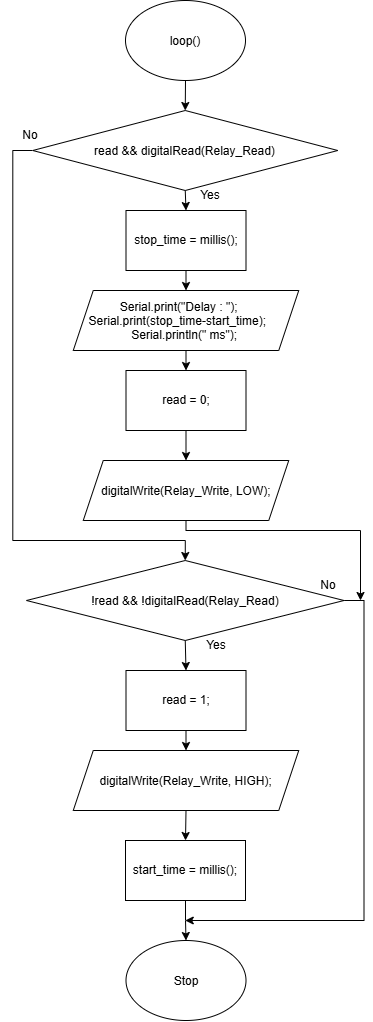
The draw.io diagram docs/Flowchart/6. Relay Delay-Loop.drawio.png in AqeelGhani/Modul1PraktikumSistemMikroprosesor, before a commit. Source tidied: cells renumbered, new cells last; positions are measured from the earlier drawing's top-left corner, leaving out a move shared by most shapes. Source of this version:
```xml
<mxGraphModel>
  <root>
    <mxCell id="0" />
    <mxCell id="1" parent="0" />
    <mxCell id="2" style="edgeStyle=orthogonalEdgeStyle;rounded=0;jettySize=auto;html=1;exitX=0.5;exitY=1;exitDx=0;exitDy=0;entryX=0.5;entryY=0;entryDx=0;entryDy=0;" parent="1" edge="1" source="3" target="6">
      <mxGeometry relative="1" as="geometry" />
    </mxCell>
    <mxCell id="3" value="loop()" style="ellipse;whiteSpace=wrap;html=1;shapeInside=1;" parent="1" vertex="1">
      <mxGeometry x="125" width="120" height="80" as="geometry" />
    </mxCell>
    <mxCell id="4" style="edgeStyle=orthogonalEdgeStyle;rounded=0;jettySize=auto;html=1;exitX=0.5;exitY=1;exitDx=0;exitDy=0;entryX=0.5;entryY=0;entryDx=0;entryDy=0;" parent="1" edge="1" source="6" target="8">
      <mxGeometry relative="1" as="geometry" />
    </mxCell>
    <mxCell id="5" style="edgeStyle=orthogonalEdgeStyle;rounded=0;jettySize=auto;html=1;exitX=0;exitY=0.5;exitDx=0;exitDy=0;entryX=0.5;entryY=0;entryDx=0;entryDy=0;" parent="1" edge="1" source="6" target="17">
      <mxGeometry relative="1" as="geometry">
        <Array as="points">
          <mxPoint x="12.3" y="150" />
          <mxPoint x="12.3" y="540" />
          <mxPoint x="184.8" y="540" />
        </Array>
      </mxGeometry>
    </mxCell>
    <mxCell id="6" value="read &amp;amp;&amp;amp; digitalRead(Relay_Read)" style="rhombus;whiteSpace=wrap;html=1;shapeInside=1;" parent="1" vertex="1">
      <mxGeometry x="32.2" y="110" width="305" height="80" as="geometry" />
    </mxCell>
    <mxCell id="7" style="edgeStyle=orthogonalEdgeStyle;rounded=0;jettySize=auto;html=1;exitX=0.5;exitY=1;exitDx=0;exitDy=0;entryX=0.5;entryY=0;entryDx=0;entryDy=0;" parent="1" edge="1" source="8" target="10">
      <mxGeometry relative="1" as="geometry" />
    </mxCell>
    <mxCell id="8" value="stop_time = millis();" style="rounded=0;whiteSpace=wrap;html=1;" parent="1" vertex="1">
      <mxGeometry x="125.5" y="210" width="120" height="60" as="geometry" />
    </mxCell>
    <mxCell id="9" style="edgeStyle=orthogonalEdgeStyle;rounded=0;jettySize=auto;html=1;exitX=0.5;exitY=1;exitDx=0;exitDy=0;entryX=0.5;entryY=0;entryDx=0;entryDy=0;" parent="1" edge="1" source="10" target="12">
      <mxGeometry relative="1" as="geometry" />
    </mxCell>
    <mxCell id="10" value="Serial.print(&quot;Delay : &quot;);&amp;nbsp; &amp;nbsp; &amp;nbsp; &amp;nbsp; Serial.print(stop_time-start_time);&amp;nbsp; &amp;nbsp; &amp;nbsp; &amp;nbsp; Serial.println(&quot; ms&quot;);" style="shape=parallelogram;perimeter=parallelogramPerimeter;whiteSpace=wrap;html=1;shapeInside=1;fixedSize=1;" parent="1" vertex="1">
      <mxGeometry x="72.8" y="290" width="225.5" height="60" as="geometry" />
    </mxCell>
    <mxCell id="11" style="edgeStyle=orthogonalEdgeStyle;rounded=0;jettySize=auto;html=1;exitX=0.5;exitY=1;exitDx=0;exitDy=0;entryX=0.5;entryY=0;entryDx=0;entryDy=0;" parent="1" edge="1" source="12" target="14">
      <mxGeometry relative="1" as="geometry" />
    </mxCell>
    <mxCell id="12" value="read = 0;" style="rounded=0;whiteSpace=wrap;html=1;" parent="1" vertex="1">
      <mxGeometry x="125.5" y="370" width="120" height="60" as="geometry" />
    </mxCell>
    <mxCell id="13" style="edgeStyle=orthogonalEdgeStyle;rounded=0;jettySize=auto;html=1;exitX=0.5;exitY=1;exitDx=0;exitDy=0;" parent="1" edge="1" source="14">
      <mxGeometry relative="1" as="geometry">
        <mxPoint x="360" y="600" as="targetPoint" />
        <Array as="points">
          <mxPoint x="185.5" y="530" />
          <mxPoint x="360" y="530" />
        </Array>
      </mxGeometry>
    </mxCell>
    <mxCell id="14" value="digitalWrite(Relay_Write, LOW);" style="shape=parallelogram;perimeter=parallelogramPerimeter;whiteSpace=wrap;html=1;shapeInside=1;fixedSize=1;" parent="1" vertex="1">
      <mxGeometry x="82.8" y="460" width="205.5" height="60" as="geometry" />
    </mxCell>
    <mxCell id="15" style="edgeStyle=orthogonalEdgeStyle;rounded=0;jettySize=auto;html=1;exitX=0.5;exitY=1;exitDx=0;exitDy=0;entryX=0.5;entryY=0;entryDx=0;entryDy=0;" parent="1" edge="1" source="17" target="19">
      <mxGeometry relative="1" as="geometry" />
    </mxCell>
    <mxCell id="16" style="edgeStyle=orthogonalEdgeStyle;rounded=0;jettySize=auto;html=1;exitX=1;exitY=0.5;exitDx=0;exitDy=0;" parent="1" edge="1" source="17">
      <mxGeometry relative="1" as="geometry">
        <mxPoint x="184.8" y="920" as="targetPoint" />
        <Array as="points">
          <mxPoint x="363.5" y="600" />
          <mxPoint x="363.5" y="920" />
        </Array>
      </mxGeometry>
    </mxCell>
    <mxCell id="17" value="!read &amp;amp;&amp;amp; !digitalRead(Relay_Read)" style="rhombus;whiteSpace=wrap;html=1;shapeInside=1;" parent="1" vertex="1">
      <mxGeometry x="26" y="560" width="317.5" height="80" as="geometry" />
    </mxCell>
    <mxCell id="18" style="edgeStyle=orthogonalEdgeStyle;rounded=0;jettySize=auto;html=1;exitX=0.5;exitY=1;exitDx=0;exitDy=0;entryX=0.5;entryY=0;entryDx=0;entryDy=0;" parent="1" edge="1" source="19" target="21">
      <mxGeometry relative="1" as="geometry" />
    </mxCell>
    <mxCell id="19" value="read = 1;" style="rounded=0;whiteSpace=wrap;html=1;" parent="1" vertex="1">
      <mxGeometry x="125.5" y="670" width="120" height="60" as="geometry" />
    </mxCell>
    <mxCell id="20" style="edgeStyle=orthogonalEdgeStyle;rounded=0;jettySize=auto;html=1;exitX=0.5;exitY=1;exitDx=0;exitDy=0;entryX=0.5;entryY=0;entryDx=0;entryDy=0;" parent="1" edge="1" source="21" target="23">
      <mxGeometry relative="1" as="geometry" />
    </mxCell>
    <mxCell id="21" value="digitalWrite(Relay_Write, HIGH);" style="shape=parallelogram;perimeter=parallelogramPerimeter;whiteSpace=wrap;html=1;shapeInside=1;fixedSize=1;" parent="1" vertex="1">
      <mxGeometry x="72.8" y="750" width="225.5" height="60" as="geometry" />
    </mxCell>
    <mxCell id="22" style="edgeStyle=orthogonalEdgeStyle;rounded=0;jettySize=auto;html=1;exitX=0.5;exitY=1;exitDx=0;exitDy=0;entryX=0.5;entryY=0;entryDx=0;entryDy=0;" parent="1" edge="1" source="23" target="24">
      <mxGeometry relative="1" as="geometry" />
    </mxCell>
    <mxCell id="23" value="start_time = millis();" style="rounded=0;whiteSpace=wrap;html=1;" parent="1" vertex="1">
      <mxGeometry x="125" y="840" width="120" height="60" as="geometry" />
    </mxCell>
    <mxCell id="24" value="Stop" style="ellipse;whiteSpace=wrap;html=1;shapeInside=1;" parent="1" vertex="1">
      <mxGeometry x="125.5" y="940" width="120" height="80" as="geometry" />
    </mxCell>
    <mxCell id="25" value="Yes" style="text;html=1;whiteSpace=wrap;strokeColor=none;fillColor=none;align=center;verticalAlign=middle;rounded=0;" parent="1" vertex="1">
      <mxGeometry x="180" y="180" width="60" height="30" as="geometry" />
    </mxCell>
    <mxCell id="26" value="No" style="text;html=1;whiteSpace=wrap;strokeColor=none;fillColor=none;align=center;verticalAlign=middle;rounded=0;" parent="1" vertex="1">
      <mxGeometry y="120" width="60" height="30" as="geometry" />
    </mxCell>
    <mxCell id="27" value="Yes" style="text;html=1;whiteSpace=wrap;strokeColor=none;fillColor=none;align=center;verticalAlign=middle;rounded=0;" parent="1" vertex="1">
      <mxGeometry x="185.5" y="630" width="60" height="30" as="geometry" />
    </mxCell>
    <mxCell id="28" value="No" style="text;html=1;whiteSpace=wrap;strokeColor=none;fillColor=none;align=center;verticalAlign=middle;rounded=0;" parent="1" vertex="1">
      <mxGeometry x="298.2" y="570" width="60" height="30" as="geometry" />
    </mxCell>
  </root>
</mxGraphModel>
```
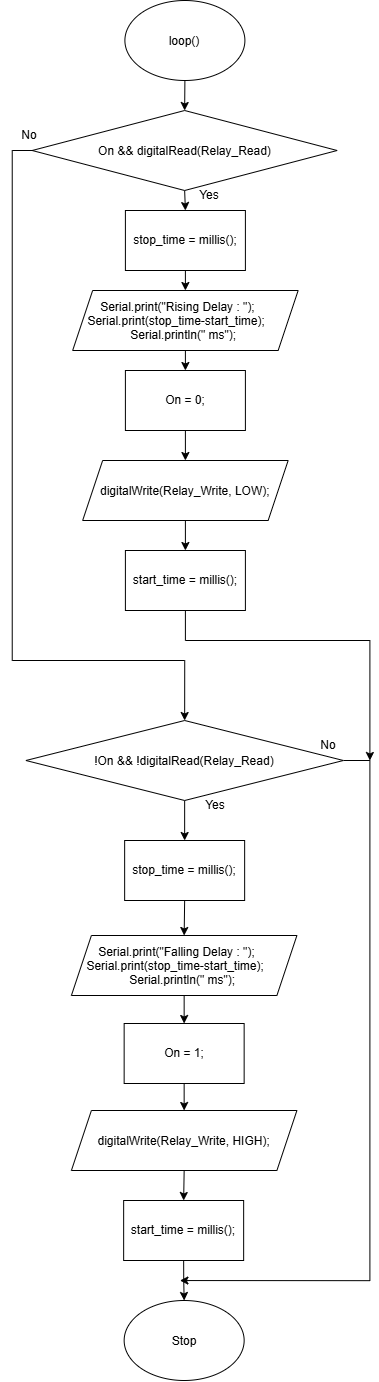
Later version of the same file.

What changed in the source:
```diff
@@ -15,12 +15,12 @@
       <mxGeometry relative="1" as="geometry">
         <Array as="points">
           <mxPoint x="12.3" y="150" />
-          <mxPoint x="12.3" y="540" />
-          <mxPoint x="184.8" y="540" />
+          <mxPoint x="12.3" y="660" />
+          <mxPoint x="184.8" y="660" />
         </Array>
       </mxGeometry>
     </mxCell>
-    <mxCell id="6" value="read &amp;amp;&amp;amp; digitalRead(Relay_Read)" style="rhombus;whiteSpace=wrap;html=1;shapeInside=1;" parent="1" vertex="1">
+    <mxCell id="6" value="On &amp;amp;&amp;amp; digitalRead(Relay_Read)" style="rhombus;whiteSpace=wrap;html=1;shapeInside=1;" parent="1" vertex="1">
       <mxGeometry x="32.2" y="110" width="305" height="80" as="geometry" />
     </mxCell>
     <mxCell id="7" style="edgeStyle=orthogonalEdgeStyle;rounded=0;jettySize=auto;html=1;exitX=0.5;exitY=1;exitDx=0;exitDy=0;entryX=0.5;entryY=0;entryDx=0;entryDy=0;" parent="1" edge="1" source="8" target="10">
@@ -32,62 +32,56 @@
     <mxCell id="9" style="edgeStyle=orthogonalEdgeStyle;rounded=0;jettySize=auto;html=1;exitX=0.5;exitY=1;exitDx=0;exitDy=0;entryX=0.5;entryY=0;entryDx=0;entryDy=0;" parent="1" edge="1" source="10" target="12">
       <mxGeometry relative="1" as="geometry" />
     </mxCell>
-    <mxCell id="10" value="Serial.print(&quot;Delay : &quot;);&amp;nbsp; &amp;nbsp; &amp;nbsp; &amp;nbsp; Serial.print(stop_time-start_time);&amp;nbsp; &amp;nbsp; &amp;nbsp; &amp;nbsp; Serial.println(&quot; ms&quot;);" style="shape=parallelogram;perimeter=parallelogramPerimeter;whiteSpace=wrap;html=1;shapeInside=1;fixedSize=1;" parent="1" vertex="1">
+    <mxCell id="10" value="Serial.print(&quot;Rising Delay : &quot;);&amp;nbsp; &amp;nbsp; &amp;nbsp; &amp;nbsp; Serial.print(stop_time-start_time);&amp;nbsp; &amp;nbsp; &amp;nbsp; &amp;nbsp; Serial.println(&quot; ms&quot;);" style="shape=parallelogram;perimeter=parallelogramPerimeter;whiteSpace=wrap;html=1;shapeInside=1;fixedSize=1;" parent="1" vertex="1">
       <mxGeometry x="72.8" y="290" width="225.5" height="60" as="geometry" />
     </mxCell>
     <mxCell id="11" style="edgeStyle=orthogonalEdgeStyle;rounded=0;jettySize=auto;html=1;exitX=0.5;exitY=1;exitDx=0;exitDy=0;entryX=0.5;entryY=0;entryDx=0;entryDy=0;" parent="1" edge="1" source="12" target="14">
       <mxGeometry relative="1" as="geometry" />
     </mxCell>
-    <mxCell id="12" value="read = 0;" style="rounded=0;whiteSpace=wrap;html=1;" parent="1" vertex="1">
+    <mxCell id="12" value="On = 0;" style="rounded=0;whiteSpace=wrap;html=1;" parent="1" vertex="1">
       <mxGeometry x="125.5" y="370" width="120" height="60" as="geometry" />
     </mxCell>
-    <mxCell id="13" style="edgeStyle=orthogonalEdgeStyle;rounded=0;jettySize=auto;html=1;exitX=0.5;exitY=1;exitDx=0;exitDy=0;" parent="1" edge="1" source="14">
-      <mxGeometry relative="1" as="geometry">
-        <mxPoint x="360" y="600" as="targetPoint" />
-        <Array as="points">
-          <mxPoint x="185.5" y="530" />
-          <mxPoint x="360" y="530" />
-        </Array>
-      </mxGeometry>
-    </mxCell>
+    <mxCell id="29" style="edgeStyle=orthogonalEdgeStyle;rounded=0;jettySize=auto;html=1;exitX=0.5;exitY=1;exitDx=0;exitDy=0;entryX=0.5;entryY=0;entryDx=0;entryDy=0;" parent="1" edge="1" source="14" target="32">
+      <mxGeometry relative="1" as="geometry" />
+    </mxCell>
     <mxCell id="14" value="digitalWrite(Relay_Write, LOW);" style="shape=parallelogram;perimeter=parallelogramPerimeter;whiteSpace=wrap;html=1;shapeInside=1;fixedSize=1;" parent="1" vertex="1">
       <mxGeometry x="82.8" y="460" width="205.5" height="60" as="geometry" />
     </mxCell>
-    <mxCell id="15" style="edgeStyle=orthogonalEdgeStyle;rounded=0;jettySize=auto;html=1;exitX=0.5;exitY=1;exitDx=0;exitDy=0;entryX=0.5;entryY=0;entryDx=0;entryDy=0;" parent="1" edge="1" source="17" target="19">
-      <mxGeometry relative="1" as="geometry" />
-    </mxCell>
     <mxCell id="16" style="edgeStyle=orthogonalEdgeStyle;rounded=0;jettySize=auto;html=1;exitX=1;exitY=0.5;exitDx=0;exitDy=0;" parent="1" edge="1" source="17">
       <mxGeometry relative="1" as="geometry">
-        <mxPoint x="184.8" y="920" as="targetPoint" />
+        <mxPoint x="180" y="1280" as="targetPoint" />
         <Array as="points">
-          <mxPoint x="363.5" y="600" />
-          <mxPoint x="363.5" y="920" />
+          <mxPoint x="370" y="760" />
+          <mxPoint x="370" y="1280.1" />
         </Array>
       </mxGeometry>
     </mxCell>
+    <mxCell id="30" style="edgeStyle=orthogonalEdgeStyle;rounded=0;jettySize=auto;html=1;exitX=0.5;exitY=1;exitDx=0;exitDy=0;entryX=0.5;entryY=0;entryDx=0;entryDy=0;" parent="1" edge="1" source="17" target="34">
+      <mxGeometry relative="1" as="geometry" />
+    </mxCell>
-    <mxCell id="17" value="!read &amp;amp;&amp;amp; !digitalRead(Relay_Read)" style="rhombus;whiteSpace=wrap;html=1;shapeInside=1;" parent="1" vertex="1">
-      <mxGeometry x="26" y="560" width="317.5" height="80" as="geometry" />
+    <mxCell id="17" value="!On &amp;amp;&amp;amp; !digitalRead(Relay_Read)" style="rhombus;whiteSpace=wrap;html=1;shapeInside=1;" parent="1" vertex="1">
+      <mxGeometry x="26" y="720" width="317.5" height="80" as="geometry" />
     </mxCell>
     <mxCell id="18" style="edgeStyle=orthogonalEdgeStyle;rounded=0;jettySize=auto;html=1;exitX=0.5;exitY=1;exitDx=0;exitDy=0;entryX=0.5;entryY=0;entryDx=0;entryDy=0;" parent="1" edge="1" source="19" target="21">
       <mxGeometry relative="1" as="geometry" />
     </mxCell>
-    <mxCell id="19" value="read = 1;" style="rounded=0;whiteSpace=wrap;html=1;" parent="1" vertex="1">
-      <mxGeometry x="125.5" y="670" width="120" height="60" as="geometry" />
+    <mxCell id="19" value="On = 1;" style="rounded=0;whiteSpace=wrap;html=1;" parent="1" vertex="1">
+      <mxGeometry x="124.2" y="1023" width="120" height="60" as="geometry" />
     </mxCell>
     <mxCell id="20" style="edgeStyle=orthogonalEdgeStyle;rounded=0;jettySize=auto;html=1;exitX=0.5;exitY=1;exitDx=0;exitDy=0;entryX=0.5;entryY=0;entryDx=0;entryDy=0;" parent="1" edge="1" source="21" target="23">
       <mxGeometry relative="1" as="geometry" />
     </mxCell>
     <mxCell id="21" value="digitalWrite(Relay_Write, HIGH);" style="shape=parallelogram;perimeter=parallelogramPerimeter;whiteSpace=wrap;html=1;shapeInside=1;fixedSize=1;" parent="1" vertex="1">
-      <mxGeometry x="72.8" y="750" width="225.5" height="60" as="geometry" />
+      <mxGeometry x="71.5" y="1110" width="225.5" height="60" as="geometry" />
     </mxCell>
     <mxCell id="22" style="edgeStyle=orthogonalEdgeStyle;rounded=0;jettySize=auto;html=1;exitX=0.5;exitY=1;exitDx=0;exitDy=0;entryX=0.5;entryY=0;entryDx=0;entryDy=0;" parent="1" edge="1" source="23" target="24">
       <mxGeometry relative="1" as="geometry" />
     </mxCell>
     <mxCell id="23" value="start_time = millis();" style="rounded=0;whiteSpace=wrap;html=1;" parent="1" vertex="1">
-      <mxGeometry x="125" y="840" width="120" height="60" as="geometry" />
+      <mxGeometry x="123.8" y="1200" width="120" height="60" as="geometry" />
     </mxCell>
     <mxCell id="24" value="Stop" style="ellipse;whiteSpace=wrap;html=1;shapeInside=1;" parent="1" vertex="1">
-      <mxGeometry x="125.5" y="940" width="120" height="80" as="geometry" />
+      <mxGeometry x="124.2" y="1300" width="120" height="80" as="geometry" />
     </mxCell>
     <mxCell id="25" value="Yes" style="text;html=1;whiteSpace=wrap;strokeColor=none;fillColor=none;align=center;verticalAlign=middle;rounded=0;" parent="1" vertex="1">
       <mxGeometry x="180" y="180" width="60" height="30" as="geometry" />
@@ -96,10 +90,34 @@
       <mxGeometry y="120" width="60" height="30" as="geometry" />
     </mxCell>
     <mxCell id="27" value="Yes" style="text;html=1;whiteSpace=wrap;strokeColor=none;fillColor=none;align=center;verticalAlign=middle;rounded=0;" parent="1" vertex="1">
-      <mxGeometry x="185.5" y="630" width="60" height="30" as="geometry" />
+      <mxGeometry x="185.5" y="790" width="60" height="30" as="geometry" />
     </mxCell>
     <mxCell id="28" value="No" style="text;html=1;whiteSpace=wrap;strokeColor=none;fillColor=none;align=center;verticalAlign=middle;rounded=0;" parent="1" vertex="1">
-      <mxGeometry x="298.2" y="570" width="60" height="30" as="geometry" />
+      <mxGeometry x="298.2" y="730" width="60" height="30" as="geometry" />
     </mxCell>
+    <mxCell id="31" style="edgeStyle=orthogonalEdgeStyle;rounded=0;jettySize=auto;html=1;exitX=0.5;exitY=1;exitDx=0;exitDy=0;" parent="1" edge="1" source="32">
+      <mxGeometry relative="1" as="geometry">
+        <mxPoint x="370" y="760" as="targetPoint" />
+        <Array as="points">
+          <mxPoint x="185.5" y="640" />
+          <mxPoint x="370" y="640" />
+        </Array>
+      </mxGeometry>
+    </mxCell>
+    <mxCell id="32" value="start_time = millis();" style="rounded=0;whiteSpace=wrap;html=1;" parent="1" vertex="1">
+      <mxGeometry x="125.5" y="550" width="120" height="60" as="geometry" />
+    </mxCell>
+    <mxCell id="33" style="edgeStyle=orthogonalEdgeStyle;rounded=0;jettySize=auto;html=1;exitX=0.5;exitY=1;exitDx=0;exitDy=0;entryX=0.5;entryY=0;entryDx=0;entryDy=0;" parent="1" edge="1" source="34" target="36">
+      <mxGeometry relative="1" as="geometry" />
+    </mxCell>
+    <mxCell id="34" value="stop_time = millis();" style="rounded=0;whiteSpace=wrap;html=1;" parent="1" vertex="1">
+      <mxGeometry x="124.8" y="840" width="120" height="60" as="geometry" />
+    </mxCell>
+    <mxCell id="35" style="edgeStyle=orthogonalEdgeStyle;rounded=0;jettySize=auto;html=1;exitX=0.5;exitY=1;exitDx=0;exitDy=0;entryX=0.5;entryY=0;entryDx=0;entryDy=0;" parent="1" edge="1" source="36" target="19">
+      <mxGeometry relative="1" as="geometry" />
+    </mxCell>
+    <mxCell id="36" value="Serial.print(&quot;Falling Delay : &quot;);&amp;nbsp; &amp;nbsp; &amp;nbsp; &amp;nbsp; Serial.print(stop_time-start_time);&amp;nbsp; &amp;nbsp; &amp;nbsp; &amp;nbsp; Serial.println(&quot; ms&quot;);" style="shape=parallelogram;perimeter=parallelogramPerimeter;whiteSpace=wrap;html=1;shapeInside=1;fixedSize=1;" parent="1" vertex="1">
+      <mxGeometry x="71.5" y="935" width="225.5" height="60" as="geometry" />
+    </mxCell>
   </root>
 </mxGraphModel>
```
